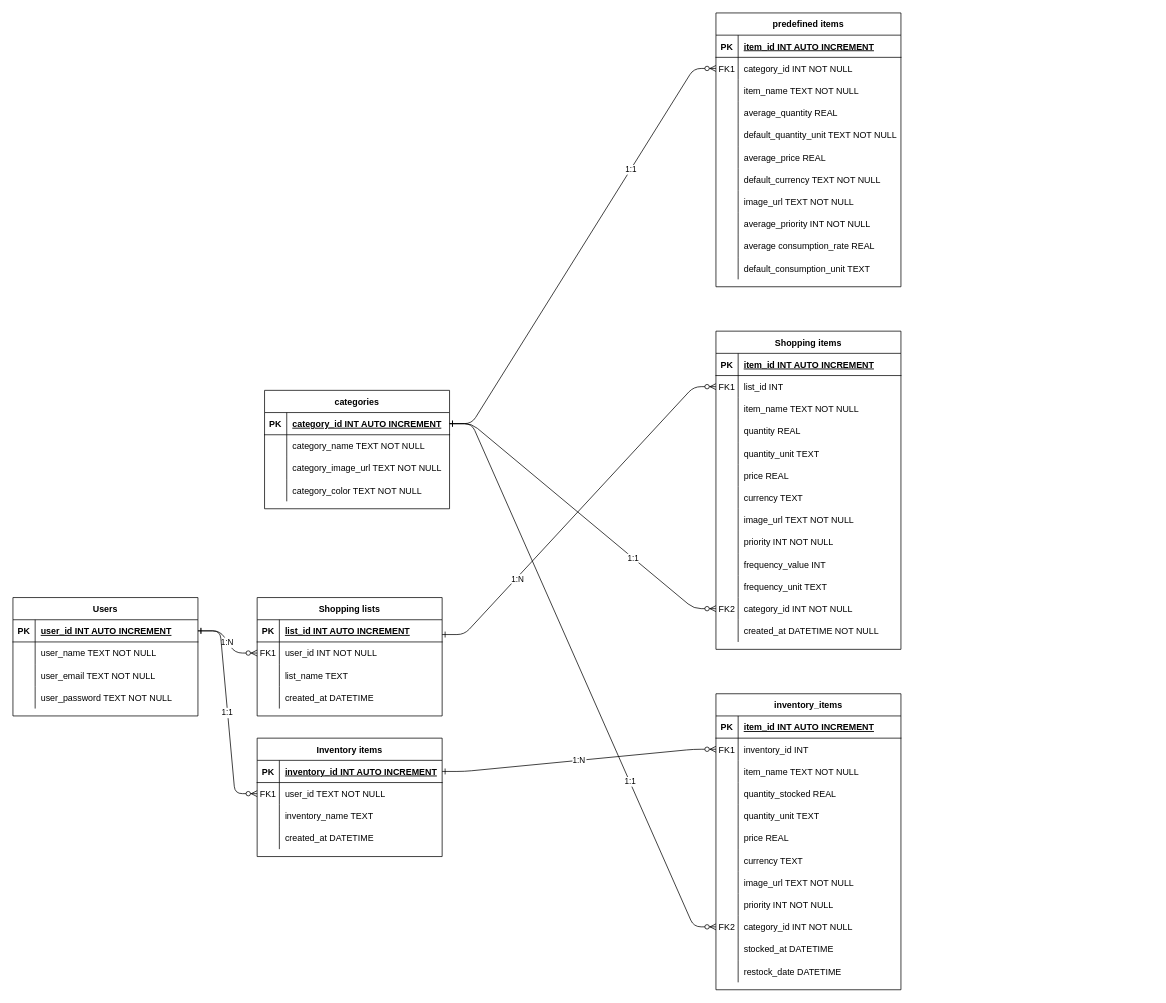
Above: Database ERD.drawio in oduwairi/SmartShoppingList-NEU (draw.io), before the change. Source tidied: cells renumbered, new cells numbered last; positions are measured from the earlier drawing's top-left corner, leaving out a move shared by most shapes. Both pictures are drawn from the tidied source at 74%, with x=0, y=0 at pixel (13, 13).
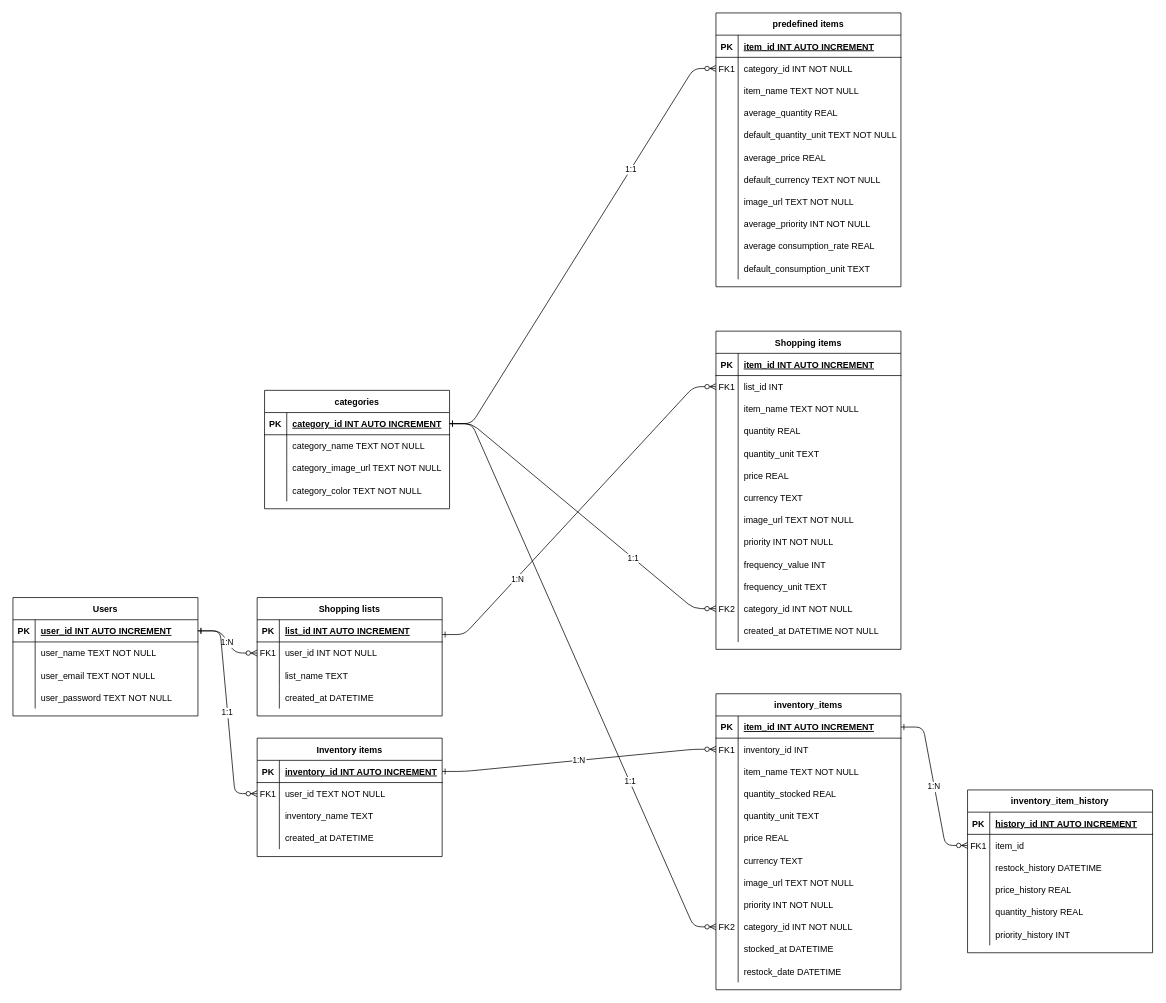
The same diagram, later.

Commit message (it also covers changes not shown here):
fixed gnarly duplicate items in database and GUI

Unchanged cells that the change refers to:
```xml
<mxCell id="86" style="shape=partialRectangle;fillColor=none;points=[[0,0.5],[1,0.5]];portConstraint=eastwest;top=0;left=0;right=0;bottom=1;" parent="85" vertex="1">
  <mxGeometry y="30" width="250" height="30" as="geometry" />
</mxCell>
```

What changed in the source:
```diff
@@
+    <mxCell id="176" value="inventory_item_history" style="shape=table;startSize=30;childLayout=tableLayout;rowLines=0;fontStyle=1;align=center;" parent="1" vertex="1">
+      <mxGeometry x="1290" y="1050" width="250" height="220" as="geometry" />
+    </mxCell>
+    <mxCell id="177" style="shape=partialRectangle;fillColor=none;top=0;left=0;right=0;bottom=1;" parent="176" vertex="1">
+      <mxGeometry y="30" width="250" height="30" as="geometry" />
+    </mxCell>
+    <mxCell id="178" value="PK" style="shape=partialRectangle;overflow=hidden;fillColor=none;top=0;left=0;bottom=0;right=0;fontStyle=1;" parent="177" vertex="1">
+      <mxGeometry width="30" height="30" as="geometry" />
+    </mxCell>
+    <mxCell id="179" value="history_id INT AUTO INCREMENT" style="shape=partialRectangle;overflow=hidden;fillColor=none;top=0;left=0;bottom=0;right=0;align=left;spacingLeft=6;fontStyle=5;" parent="177" vertex="1">
+      <mxGeometry x="30" width="220" height="30" as="geometry" />
+    </mxCell>
+    <mxCell id="180" style="shape=partialRectangle;fillColor=none;points=[[0,0.5],[1,0.5]];portConstraint=eastwest;top=0;left=0;right=0;bottom=0;" parent="176" vertex="1">
+      <mxGeometry y="60" width="250" height="30" as="geometry" />
+    </mxCell>
+    <mxCell id="181" value="FK1" style="shape=partialRectangle;overflow=hidden;fillColor=none;top=0;left=0;bottom=0;right=0;" parent="180" vertex="1">
+      <mxGeometry width="30" height="30" as="geometry" />
+    </mxCell>
+    <mxCell id="182" value="item_id" style="shape=partialRectangle;overflow=hidden;fillColor=none;top=0;left=0;bottom=0;right=0;align=left;spacingLeft=6;" parent="180" vertex="1">
+      <mxGeometry x="30" width="220" height="30" as="geometry" />
+    </mxCell>
+    <mxCell id="183" style="shape=partialRectangle;fillColor=none;top=0;left=0;right=0;bottom=0;" parent="176" vertex="1">
+      <mxGeometry y="90" width="250" height="30" as="geometry" />
+    </mxCell>
+    <mxCell id="184" style="shape=partialRectangle;overflow=hidden;fillColor=none;top=0;left=0;bottom=0;right=0;" parent="183" vertex="1">
+      <mxGeometry width="30" height="30" as="geometry" />
+    </mxCell>
+    <mxCell id="185" value="restock_history DATETIME" style="shape=partialRectangle;overflow=hidden;fillColor=none;top=0;left=0;bottom=0;right=0;align=left;spacingLeft=6;" parent="183" vertex="1">
+      <mxGeometry x="30" width="220" height="30" as="geometry" />
+    </mxCell>
+    <mxCell id="186" style="shape=partialRectangle;fillColor=none;top=0;left=0;right=0;bottom=0;" parent="176" vertex="1">
+      <mxGeometry y="120" width="250" height="30" as="geometry" />
+    </mxCell>
+    <mxCell id="187" style="shape=partialRectangle;overflow=hidden;fillColor=none;top=0;left=0;bottom=0;right=0;" parent="186" vertex="1">
+      <mxGeometry width="30" height="30" as="geometry" />
+    </mxCell>
+    <mxCell id="188" value="price_history REAL" style="shape=partialRectangle;overflow=hidden;fillColor=none;top=0;left=0;bottom=0;right=0;align=left;spacingLeft=6;" parent="186" vertex="1">
+      <mxGeometry x="30" width="220" height="30" as="geometry" />
+    </mxCell>
+    <mxCell id="189" style="shape=partialRectangle;fillColor=none;top=0;left=0;right=0;bottom=0;" parent="176" vertex="1">
+      <mxGeometry y="150" width="250" height="30" as="geometry" />
+    </mxCell>
+    <mxCell id="190" style="shape=partialRectangle;overflow=hidden;fillColor=none;top=0;left=0;bottom=0;right=0;" parent="189" vertex="1">
+      <mxGeometry width="30" height="30" as="geometry" />
+    </mxCell>
+    <mxCell id="191" value="quantity_history REAL" style="shape=partialRectangle;overflow=hidden;fillColor=none;top=0;left=0;bottom=0;right=0;align=left;spacingLeft=6;" parent="189" vertex="1">
+      <mxGeometry x="30" width="220" height="30" as="geometry" />
+    </mxCell>
+    <mxCell id="192" style="shape=partialRectangle;fillColor=none;top=0;left=0;right=0;bottom=0;" parent="176" vertex="1">
+      <mxGeometry y="180" width="250" height="30" as="geometry" />
+    </mxCell>
+    <mxCell id="193" style="shape=partialRectangle;overflow=hidden;fillColor=none;top=0;left=0;bottom=0;right=0;" parent="192" vertex="1">
+      <mxGeometry width="30" height="30" as="geometry" />
+    </mxCell>
+    <mxCell id="194" value="priority_history INT" style="shape=partialRectangle;overflow=hidden;fillColor=none;top=0;left=0;bottom=0;right=0;align=left;spacingLeft=6;" parent="192" vertex="1">
+      <mxGeometry x="30" width="220" height="30" as="geometry" />
+    </mxCell>
+    <mxCell id="195" value="1:N" style="edgeStyle=entityRelationEdgeStyle;endArrow=ERzeroToMany;startArrow=ERone;endFill=1;startFill=0;entryX=0;entryY=0.5;entryDx=0;entryDy=0;exitX=1;exitY=0.5;exitDx=0;exitDy=0;" parent="1" edge="1" source="86" target="180">
+      <mxGeometry relative="1" as="geometry">
+        <Array as="points">
+          <mxPoint x="1300" y="1000" />
+        </Array>
+      </mxGeometry>
+    </mxCell>
```
